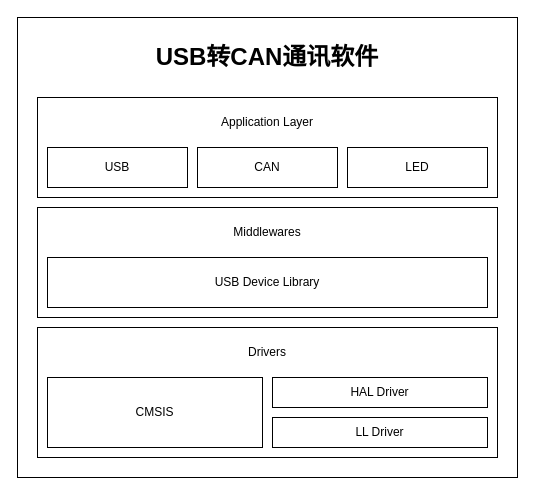
Above: page "构成图" (1 of 4) of Untitled Diagram.drawio in SummerFalls/DrawIO (draw.io), before the change. Source tidied: cells renumbered, new cells numbered last; positions are measured from the earlier drawing's top-left corner, leaving out a move shared by most shapes. Both pictures are drawn from the tidied source at 100%, with x=0, y=0 at pixel (17, 17).
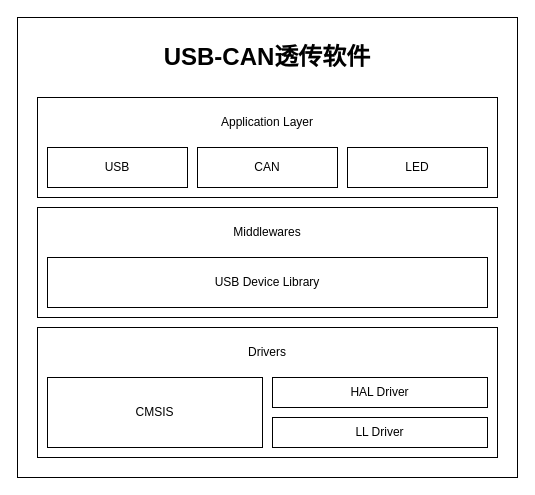
Above is the later version.

The edit, as a diff of the source:
```diff
@@
 <mxGraphModel>
   <root>
     <mxCell id="0" />
     <mxCell id="1" parent="0" />
     <mxCell id="2" style="rounded=0;whiteSpace=wrap;html=1;" parent="1" vertex="1">
       <mxGeometry width="500" height="460" as="geometry" />
     </mxCell>
     <mxCell id="3" style="rounded=0;whiteSpace=wrap;html=1;" parent="1" vertex="1">
       <mxGeometry x="20" y="80" width="460" height="100" as="geometry" />
     </mxCell>
     <mxCell id="4" value="USB" style="rounded=0;whiteSpace=wrap;html=1;" parent="1" vertex="1">
       <mxGeometry x="30" y="130" width="140" height="40" as="geometry" />
     </mxCell>
     <mxCell id="5" value="CAN" style="rounded=0;whiteSpace=wrap;html=1;" parent="1" vertex="1">
       <mxGeometry x="180" y="130" width="140" height="40" as="geometry" />
     </mxCell>
     <mxCell id="6" value="LED" style="rounded=0;whiteSpace=wrap;html=1;" parent="1" vertex="1">
       <mxGeometry x="330" y="130" width="140" height="40" as="geometry" />
     </mxCell>
     <mxCell id="7" value="Application Layer" style="text;html=1;strokeColor=none;fillColor=none;align=center;verticalAlign=middle;whiteSpace=wrap;rounded=0;" parent="1" vertex="1">
       <mxGeometry x="30" y="90" width="440" height="30" as="geometry" />
     </mxCell>
-    <mxCell id="8" value="USB转CAN通讯软件" style="text;html=1;strokeColor=none;fillColor=none;align=center;verticalAlign=middle;whiteSpace=wrap;rounded=0;fontStyle=1;fontSize=24;" parent="1" vertex="1">
+    <mxCell id="8" value="USB-CAN透传软件" style="text;html=1;strokeColor=none;fillColor=none;align=center;verticalAlign=middle;whiteSpace=wrap;rounded=0;fontStyle=1;fontSize=24;" parent="1" vertex="1">
       <mxGeometry x="20" y="10" width="460" height="60" as="geometry" />
     </mxCell>
     <mxCell id="9" style="rounded=0;whiteSpace=wrap;html=1;" parent="1" vertex="1">
       <mxGeometry x="20" y="190" width="460" height="110" as="geometry" />
     </mxCell>
     <mxCell id="10" value="USB Device Library" style="rounded=0;whiteSpace=wrap;html=1;" parent="1" vertex="1">
       <mxGeometry x="30" y="240" width="440" height="50" as="geometry" />
     </mxCell>
     <mxCell id="11" value="Middlewares" style="text;html=1;strokeColor=none;fillColor=none;align=center;verticalAlign=middle;whiteSpace=wrap;rounded=0;" parent="1" vertex="1">
       <mxGeometry x="30" y="200" width="440" height="30" as="geometry" />
     </mxCell>
     <mxCell id="12" style="group;" parent="1" vertex="1">
       <mxGeometry x="20" y="310" width="460" height="130" as="geometry" />
     </mxCell>
     <mxCell id="13" style="rounded=0;whiteSpace=wrap;html=1;" parent="12" vertex="1">
       <mxGeometry width="460" height="130" as="geometry" />
     </mxCell>
     <mxCell id="14" value="CMSIS" style="rounded=0;whiteSpace=wrap;html=1;" parent="12" vertex="1">
       <mxGeometry x="10" y="50" width="215" height="70" as="geometry" />
     </mxCell>
     <mxCell id="15" value="HAL Driver" style="rounded=0;whiteSpace=wrap;html=1;" parent="12" vertex="1">
       <mxGeometry x="235" y="50" width="215" height="30" as="geometry" />
     </mxCell>
     <mxCell id="16" value="Drivers" style="text;html=1;strokeColor=none;fillColor=none;align=center;verticalAlign=middle;whiteSpace=wrap;rounded=0;" parent="12" vertex="1">
       <mxGeometry x="10" y="10" width="440" height="30" as="geometry" />
     </mxCell>
     <mxCell id="17" value="LL Driver" style="rounded=0;whiteSpace=wrap;html=1;" parent="12" vertex="1">
       <mxGeometry x="235" y="90" width="215" height="30" as="geometry" />
     </mxCell>
   </root>
 </mxGraphModel>
```
